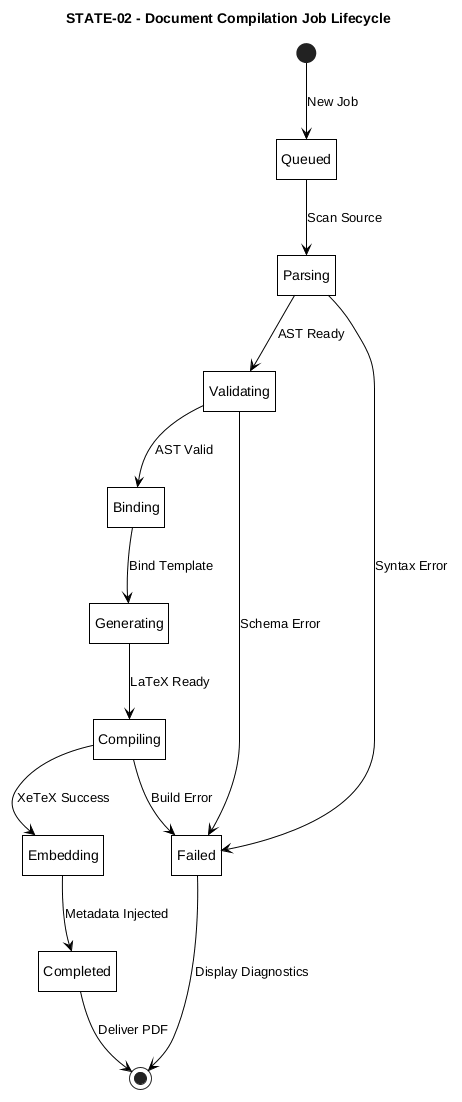
Litho-MD/uet-fyp-docs keeps this PlantUML diagram as Figures/state-machine/STATE-02-compilation-job.png. Above is the earlier version. Source of this version:
```plantuml
@startuml STATE-02-compilation-job
title STATE-02 - Document Compilation Job Lifecycle

hide empty description

skinparam monochrome true
skinparam backgroundColor white
skinparam shadowing false
skinparam defaultTextAlignment center
skinparam roundCorner 0
skinparam ArrowColor black
skinparam defaultFontColor black
skinparam stateBorderThickness 1
skinparam state {
    BackgroundColor white
    BorderColor black
    FontColor black
}

[*] --> Queued : New Job

Queued --> Parsing : Scan Source
Parsing --> Validating : AST Ready
Parsing --> Failed : Syntax Error

Validating --> Binding : AST Valid
Validating --> Failed : Schema Error

Binding --> Generating : Bind Template
Generating --> Compiling : LaTeX Ready

Compiling --> Embedding : XeTeX Success
Compiling --> Failed : Build Error

Embedding --> Completed : Metadata Injected

Completed --> [*] : Deliver PDF
Failed --> [*] : Display Diagnostics

@enduml
```
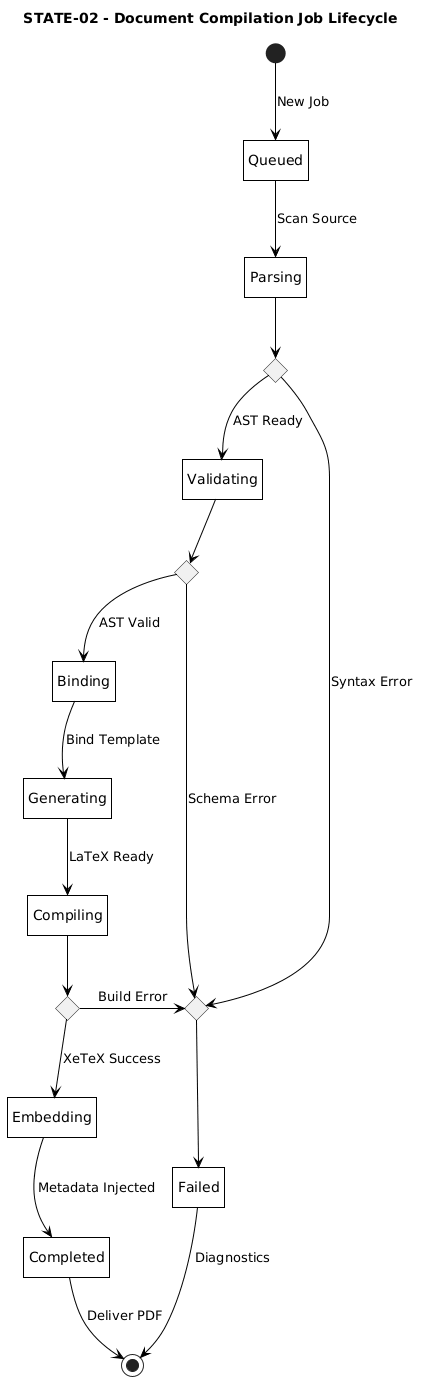
After the change.

The edit, as a diff of the source:
```diff
@@ -1,4 +1,4 @@
-@startuml STATE-02-compilation-job
+@startuml
 title STATE-02 - Document Compilation Job Lifecycle
 
 hide empty description
@@ -17,24 +17,34 @@
     FontColor black
 }
 
-[*] --> Queued : New Job
+[*] -down-> Queued : New Job
 
-Queued --> Parsing : Scan Source
-Parsing --> Validating : AST Ready
-Parsing --> Failed : Syntax Error
+Queued -down-> Parsing : Scan Source
 
-Validating --> Binding : AST Valid
-Validating --> Failed : Schema Error
+state c_parse <<choice>>
+state c_failed_in <<choice>>
 
-Binding --> Generating : Bind Template
-Generating --> Compiling : LaTeX Ready
+Parsing -down-> c_parse
+c_parse -right-> c_failed_in : Syntax Error
+c_parse -down-> Validating : AST Ready
 
-Compiling --> Embedding : XeTeX Success
-Compiling --> Failed : Build Error
+state c_val <<choice>>
+Validating -down-> c_val
+c_val -right-> c_failed_in : Schema Error
+c_val -down-> Binding : AST Valid
 
-Embedding --> Completed : Metadata Injected
+Binding -down-> Generating : Bind Template
+Generating -down-> Compiling : LaTeX Ready
 
-Completed --> [*] : Deliver PDF
-Failed --> [*] : Display Diagnostics
+state c_comp <<choice>>
+Compiling -down-> c_comp
+c_comp -right-> c_failed_in : Build Error
+c_comp -down-> Embedding : XeTeX Success
 
+c_failed_in -down-> Failed
+
+Embedding -down-> Completed : Metadata Injected
+
+Completed -down-> [*] : Deliver PDF
+Failed -down-> [*] : Diagnostics
 @enduml
```
